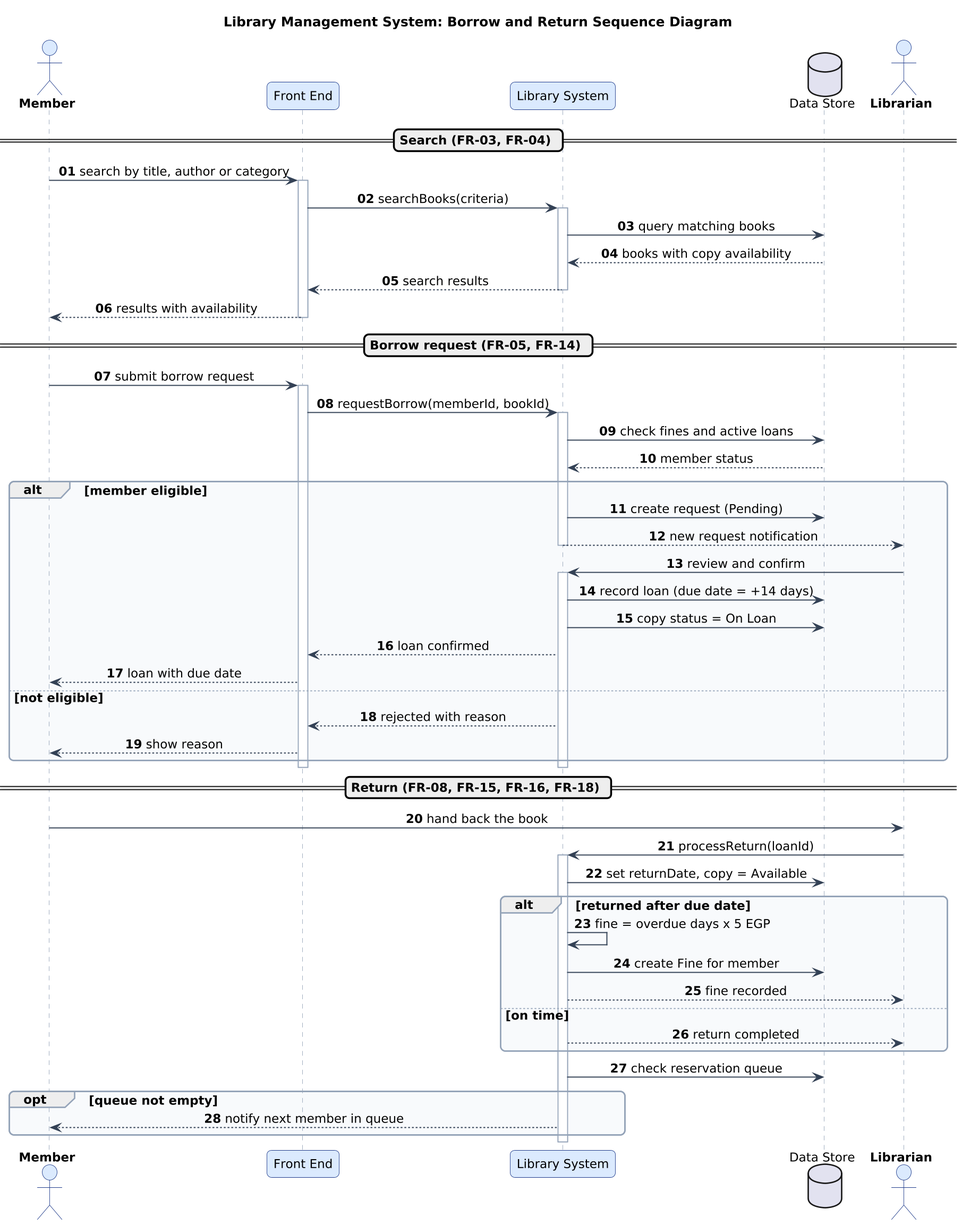
Earlier version of the PlantUML export diagrams/sequence-diagram.png (Hassan3443/library-management-system). The source it was exported from:
```plantuml
@startuml
!include _style.iuml
title Library Management System: Borrow and Return Sequence Diagram
skinparam sequenceMessageAlign center
autonumber "<b>00"

actor "Member" as M
participant "Front End" as FE
participant "Library System" as S
database "Data Store" as DB
actor "Librarian" as L

== Search (FR-03, FR-04) ==
M -> FE : search by title, author or category
activate FE
FE -> S : searchBooks(criteria)
activate S
S -> DB : query matching books
DB --> S : books with copy availability
S --> FE : search results
deactivate S
FE --> M : results with availability
deactivate FE

== Borrow request (FR-05, FR-14) ==
M -> FE : submit borrow request
activate FE
FE -> S : requestBorrow(memberId, bookId)
activate S
S -> DB : check fines and active loans
DB --> S : member status
alt member eligible
  S -> DB : create request (Pending)
  S --> L : new request notification
  deactivate S
  L -> S : review and confirm
  activate S
  S -> DB : record loan (due date = +14 days)
  S -> DB : copy status = On Loan
  S --> FE : loan confirmed
  FE --> M : loan with due date
else not eligible
  S --> FE : rejected with reason
  FE --> M : show reason
end
deactivate S
deactivate FE

== Return (FR-08, FR-15, FR-16, FR-18) ==
M -> L : hand back the book
L -> S : processReturn(loanId)
activate S
S -> DB : set returnDate, copy = Available
alt returned after due date
  S -> S : fine = overdue days x 5 EGP
  S -> DB : create Fine for member
  S --> L : fine recorded
else on time
  S --> L : return completed
end
S -> DB : check reservation queue
opt queue not empty
  S --> M : notify next member in queue
end
deactivate S
@enduml
```
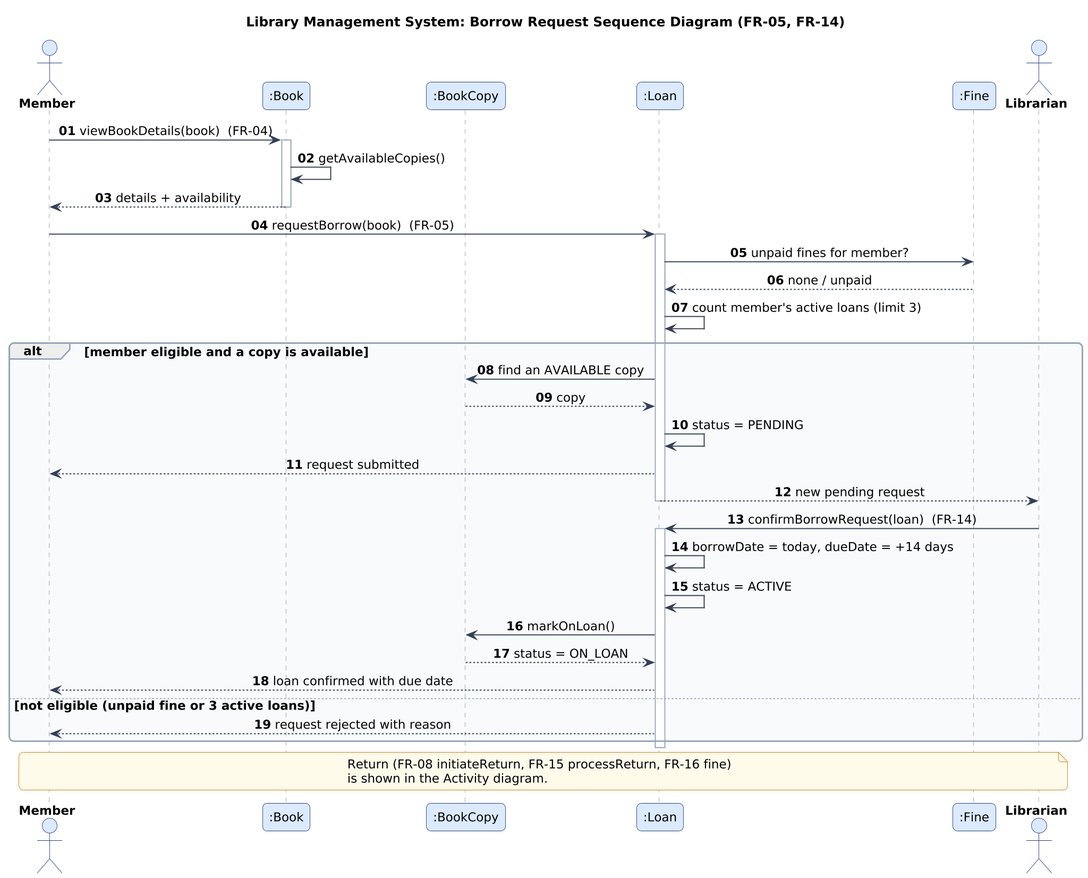
Above is the later version.

Change to the diagram source:
```diff
@@ -1,66 +1,48 @@
 @startuml
 !include _style.iuml
-title Library Management System: Borrow and Return Sequence Diagram
+title Library Management System: Borrow Request Sequence Diagram (FR-05, FR-14)
 skinparam sequenceMessageAlign center
 autonumber "<b>00"
 
 actor "Member" as M
-participant "Front End" as FE
-participant "Library System" as S
-database "Data Store" as DB
-actor "Librarian" as L
+participant ":Book" as B
+participant ":BookCopy" as C
+participant ":Loan" as L
+participant ":Fine" as F
+actor "Librarian" as LB
 
-== Search (FR-03, FR-04) ==
-M -> FE : search by title, author or category
-activate FE
-FE -> S : searchBooks(criteria)
-activate S
-S -> DB : query matching books
-DB --> S : books with copy availability
-S --> FE : search results
-deactivate S
-FE --> M : results with availability
-deactivate FE
+M -> B : viewBookDetails(book)  (FR-04)
+activate B
+B -> B : getAvailableCopies()
+B --> M : details + availability
+deactivate B
 
-== Borrow request (FR-05, FR-14) ==
-M -> FE : submit borrow request
-activate FE
-FE -> S : requestBorrow(memberId, bookId)
-activate S
-S -> DB : check fines and active loans
-DB --> S : member status
-alt member eligible
-  S -> DB : create request (Pending)
-  S --> L : new request notification
-  deactivate S
-  L -> S : review and confirm
-  activate S
-  S -> DB : record loan (due date = +14 days)
-  S -> DB : copy status = On Loan
-  S --> FE : loan confirmed
-  FE --> M : loan with due date
-else not eligible
-  S --> FE : rejected with reason
-  FE --> M : show reason
+M -> L : requestBorrow(book)  (FR-05)
+activate L
+L -> F : unpaid fines for member?
+F --> L : none / unpaid
+L -> L : count member's active loans (limit 3)
+alt member eligible and a copy is available
+  L -> C : find an AVAILABLE copy
+  C --> L : copy
+  L -> L : status = PENDING
+  L --> M : request submitted
+  L --> LB : new pending request
+  deactivate L
+  LB -> L : confirmBorrowRequest(loan)  (FR-14)
+  activate L
+  L -> L : borrowDate = today, dueDate = +14 days
+  L -> L : status = ACTIVE
+  L -> C : markOnLoan()
+  C --> L : status = ON_LOAN
+  L --> M : loan confirmed with due date
+else not eligible (unpaid fine or 3 active loans)
+  L --> M : request rejected with reason
 end
-deactivate S
-deactivate FE
+deactivate L
 
-== Return (FR-08, FR-15, FR-16, FR-18) ==
-M -> L : hand back the book
-L -> S : processReturn(loanId)
-activate S
-S -> DB : set returnDate, copy = Available
-alt returned after due date
-  S -> S : fine = overdue days x 5 EGP
-  S -> DB : create Fine for member
-  S --> L : fine recorded
-else on time
-  S --> L : return completed
-end
-S -> DB : check reservation queue
-opt queue not empty
-  S --> M : notify next member in queue
-end
-deactivate S
+note over M, LB
+  Return (FR-08 initiateReturn, FR-15 processReturn, FR-16 fine)
+  is shown in the Activity diagram.
+end note
 @enduml
```
